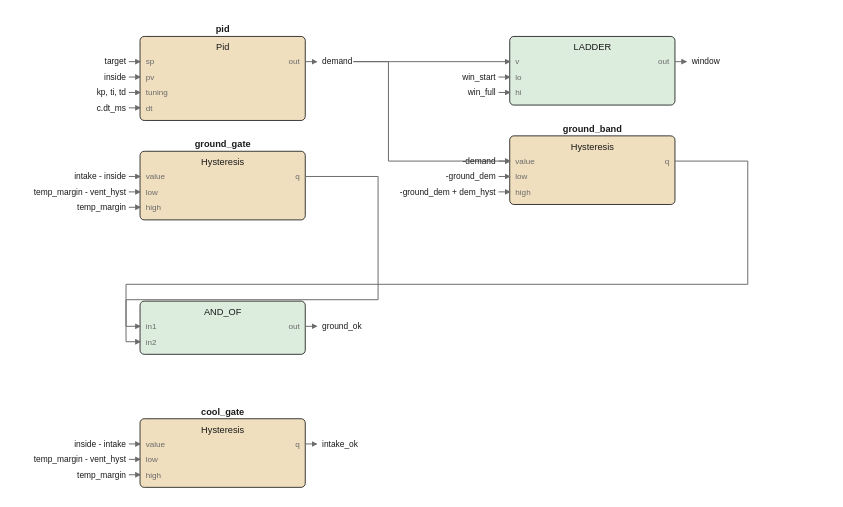
Above: images/logic/cooling_fbd.drawio.svg in pstch/botanik2 (draw.io), before the change. Source tidied: cells renumbered, new cells last; positions are measured from the earlier drawing's top-left corner, leaving out a move shared by most shapes.
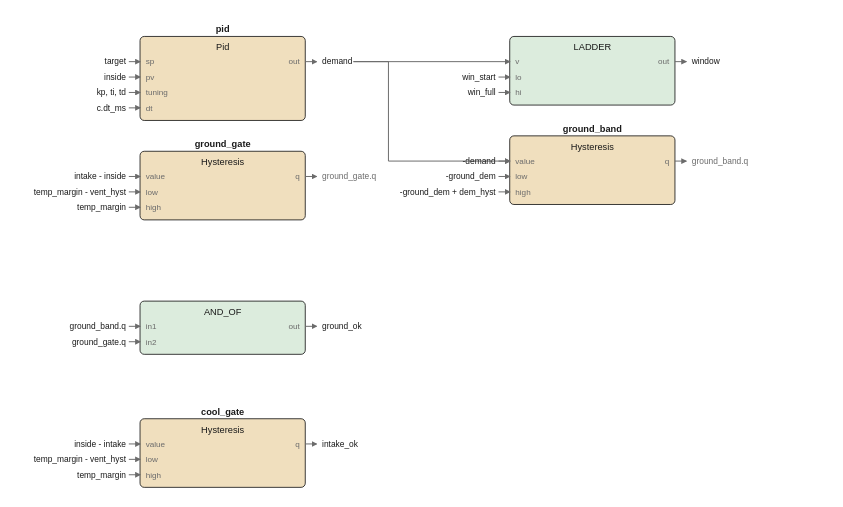
The same diagram one commit later.

Change to the diagram source:
```diff
@@ -160,178 +160,190 @@
     </mxCell>
     <mxCell id="50" style="edgeStyle=none;html=1;strokeColor=#6b6b6b;endArrow=block;" parent="1" edge="1">
       <mxGeometry relative="1" as="geometry">
-        <mxPoint x="162.4" y="28" as="sourcePoint" />
-        <mxPoint x="274" y="28" as="targetPoint" />
+        <mxPoint x="392" y="99" as="sourcePoint" />
+        <mxPoint x="400" y="99" as="targetPoint" />
       </mxGeometry>
     </mxCell>
-    <mxCell id="51" style="edgeStyle=none;html=1;strokeColor=#6b6b6b;endArrow=block;" parent="1" edge="1">
-      <mxGeometry relative="1" as="geometry">
-        <mxPoint x="162.4" y="28" as="sourcePoint" />
-        <mxPoint x="274" y="99" as="targetPoint" />
-        <Array as="points">
-          <mxPoint x="187.4" y="28" />
-          <mxPoint x="187.4" y="99" />
-        </Array>
-      </mxGeometry>
-    </mxCell>
+    <mxCell id="84" value="ground_band.q" style="text;html=1;fontSize=6;fontColor=#6b6b6b;align=left;" parent="1" vertex="1">
+      <mxGeometry x="404" y="95" width="65" height="10" as="geometry" />
+    </mxCell>
     <mxCell id="52" style="edgeStyle=none;html=1;strokeColor=#6b6b6b;endArrow=block;" parent="1" edge="1">
       <mxGeometry relative="1" as="geometry">
-        <mxPoint x="392" y="99" as="sourcePoint" />
-        <mxPoint x="10" y="217" as="targetPoint" />
-        <Array as="points">
-          <mxPoint x="444" y="99" />
-          <mxPoint x="444" y="187" />
-          <mxPoint y="187" />
-          <mxPoint y="217" />
-        </Array>
+        <mxPoint x="128" y="110" as="sourcePoint" />
+        <mxPoint x="136" y="110" as="targetPoint" />
       </mxGeometry>
     </mxCell>
-    <mxCell id="53" style="edgeStyle=none;html=1;strokeColor=#6b6b6b;endArrow=block;" parent="1" edge="1">
-      <mxGeometry relative="1" as="geometry">
-        <mxPoint x="128" y="110" as="sourcePoint" />
-        <mxPoint x="10" y="228" as="targetPoint" />
-        <Array as="points">
-          <mxPoint x="180" y="110" />
-          <mxPoint x="180" y="198" />
-          <mxPoint y="198" />
-          <mxPoint y="228" />
-        </Array>
-      </mxGeometry>
-    </mxCell>
-    <mxCell id="54" value="target" style="text;html=1;fontSize=6;fontColor=#1a1a1a;align=left;" parent="1" vertex="1">
-      <mxGeometry y="24" width="40" height="10" as="geometry" />
-    </mxCell>
+    <mxCell id="85" value="ground_gate.q" style="text;html=1;fontSize=6;fontColor=#6b6b6b;align=left;" parent="1" vertex="1">
+      <mxGeometry x="140" y="106" width="65" height="10" as="geometry" />
+    </mxCell>
+    <mxCell id="86" style="edgeStyle=none;html=1;strokeColor=#6b6b6b;endArrow=block;" parent="1" edge="1">
+      <mxGeometry relative="1" as="geometry">
+        <mxPoint x="162.4" y="28" as="sourcePoint" />
+        <mxPoint x="274" y="28" as="targetPoint" />
+      </mxGeometry>
+    </mxCell>
     <mxCell id="55" style="edgeStyle=none;html=1;strokeColor=#6b6b6b;endArrow=block;" parent="1" edge="1">
       <mxGeometry relative="1" as="geometry">
-        <mxPoint x="2" y="28" as="sourcePoint" />
-        <mxPoint x="10" y="28" as="targetPoint" />
+        <mxPoint x="162.4" y="28" as="sourcePoint" />
+        <mxPoint x="274" y="99" as="targetPoint" />
+        <Array as="points">
+          <mxPoint x="187.4" y="28" />
+          <mxPoint x="187.4" y="99" />
+        </Array>
       </mxGeometry>
     </mxCell>
-    <mxCell id="56" value="inside" style="text;html=1;fontSize=6;fontColor=#1a1a1a;align=left;" parent="1" vertex="1">
-      <mxGeometry y="35" width="40" height="10" as="geometry" />
+    <mxCell id="56" value="target" style="text;html=1;fontSize=6;fontColor=#1a1a1a;align=left;" parent="1" vertex="1">
+      <mxGeometry y="24" width="40" height="10" as="geometry" />
     </mxCell>
     <mxCell id="57" style="edgeStyle=none;html=1;strokeColor=#6b6b6b;endArrow=block;" parent="1" edge="1">
       <mxGeometry relative="1" as="geometry">
-        <mxPoint x="2" y="39" as="sourcePoint" />
-        <mxPoint x="10" y="39" as="targetPoint" />
+        <mxPoint x="2" y="28" as="sourcePoint" />
+        <mxPoint x="10" y="28" as="targetPoint" />
       </mxGeometry>
     </mxCell>
-    <mxCell id="58" value="kp, ti, td" style="text;html=1;fontSize=6;fontColor=#1a1a1a;align=left;" parent="1" vertex="1">
-      <mxGeometry y="46" width="50" height="10" as="geometry" />
+    <mxCell id="58" value="inside" style="text;html=1;fontSize=6;fontColor=#1a1a1a;align=left;" parent="1" vertex="1">
+      <mxGeometry y="35" width="40" height="10" as="geometry" />
     </mxCell>
     <mxCell id="59" style="edgeStyle=none;html=1;strokeColor=#6b6b6b;endArrow=block;" parent="1" edge="1">
       <mxGeometry relative="1" as="geometry">
-        <mxPoint x="2" y="50" as="sourcePoint" />
-        <mxPoint x="10" y="50" as="targetPoint" />
+        <mxPoint x="2" y="39" as="sourcePoint" />
+        <mxPoint x="10" y="39" as="targetPoint" />
       </mxGeometry>
     </mxCell>
-    <mxCell id="60" value="c.dt_ms" style="text;html=1;fontSize=6;fontColor=#1a1a1a;align=left;" parent="1" vertex="1">
-      <mxGeometry y="57" width="40" height="10" as="geometry" />
+    <mxCell id="60" value="kp, ti, td" style="text;html=1;fontSize=6;fontColor=#1a1a1a;align=left;" parent="1" vertex="1">
+      <mxGeometry y="46" width="50" height="10" as="geometry" />
     </mxCell>
     <mxCell id="61" style="edgeStyle=none;html=1;strokeColor=#6b6b6b;endArrow=block;" parent="1" edge="1">
       <mxGeometry relative="1" as="geometry">
-        <mxPoint x="2" y="61" as="sourcePoint" />
-        <mxPoint x="10" y="61" as="targetPoint" />
+        <mxPoint x="2" y="50" as="sourcePoint" />
+        <mxPoint x="10" y="50" as="targetPoint" />
       </mxGeometry>
     </mxCell>
-    <mxCell id="62" value="win_start" style="text;html=1;fontSize=6;fontColor=#1a1a1a;align=left;" parent="1" vertex="1">
-      <mxGeometry x="264" y="35" width="45" height="10" as="geometry" />
+    <mxCell id="62" value="c.dt_ms" style="text;html=1;fontSize=6;fontColor=#1a1a1a;align=left;" parent="1" vertex="1">
+      <mxGeometry y="57" width="40" height="10" as="geometry" />
     </mxCell>
     <mxCell id="63" style="edgeStyle=none;html=1;strokeColor=#6b6b6b;endArrow=block;" parent="1" edge="1">
       <mxGeometry relative="1" as="geometry">
-        <mxPoint x="266" y="39" as="sourcePoint" />
-        <mxPoint x="274" y="39" as="targetPoint" />
+        <mxPoint x="2" y="61" as="sourcePoint" />
+        <mxPoint x="10" y="61" as="targetPoint" />
       </mxGeometry>
     </mxCell>
-    <mxCell id="64" value="win_full" style="text;html=1;fontSize=6;fontColor=#1a1a1a;align=left;" parent="1" vertex="1">
-      <mxGeometry x="264" y="46" width="40" height="10" as="geometry" />
+    <mxCell id="64" value="win_start" style="text;html=1;fontSize=6;fontColor=#1a1a1a;align=left;" parent="1" vertex="1">
+      <mxGeometry x="264" y="35" width="45" height="10" as="geometry" />
     </mxCell>
     <mxCell id="65" style="edgeStyle=none;html=1;strokeColor=#6b6b6b;endArrow=block;" parent="1" edge="1">
       <mxGeometry relative="1" as="geometry">
-        <mxPoint x="266" y="50" as="sourcePoint" />
-        <mxPoint x="274" y="50" as="targetPoint" />
+        <mxPoint x="266" y="39" as="sourcePoint" />
+        <mxPoint x="274" y="39" as="targetPoint" />
       </mxGeometry>
     </mxCell>
-    <mxCell id="66" value="inside - intake" style="text;html=1;fontSize=6;fontColor=#1a1a1a;align=left;" parent="1" vertex="1">
-      <mxGeometry y="297" width="75" height="10" as="geometry" />
+    <mxCell id="66" value="win_full" style="text;html=1;fontSize=6;fontColor=#1a1a1a;align=left;" parent="1" vertex="1">
+      <mxGeometry x="264" y="46" width="40" height="10" as="geometry" />
     </mxCell>
     <mxCell id="67" style="edgeStyle=none;html=1;strokeColor=#6b6b6b;endArrow=block;" parent="1" edge="1">
       <mxGeometry relative="1" as="geometry">
-        <mxPoint x="2" y="301" as="sourcePoint" />
-        <mxPoint x="10" y="301" as="targetPoint" />
+        <mxPoint x="266" y="50" as="sourcePoint" />
+        <mxPoint x="274" y="50" as="targetPoint" />
       </mxGeometry>
     </mxCell>
-    <mxCell id="68" value="temp_margin - vent_hyst" style="text;html=1;fontSize=6;fontColor=#1a1a1a;align=left;" parent="1" vertex="1">
-      <mxGeometry y="308" width="115" height="10" as="geometry" />
+    <mxCell id="68" value="inside - intake" style="text;html=1;fontSize=6;fontColor=#1a1a1a;align=left;" parent="1" vertex="1">
+      <mxGeometry y="297" width="75" height="10" as="geometry" />
     </mxCell>
     <mxCell id="69" style="edgeStyle=none;html=1;strokeColor=#6b6b6b;endArrow=block;" parent="1" edge="1">
       <mxGeometry relative="1" as="geometry">
-        <mxPoint x="2" y="312" as="sourcePoint" />
-        <mxPoint x="10" y="312" as="targetPoint" />
+        <mxPoint x="2" y="301" as="sourcePoint" />
+        <mxPoint x="10" y="301" as="targetPoint" />
       </mxGeometry>
     </mxCell>
-    <mxCell id="70" value="temp_margin" style="text;html=1;fontSize=6;fontColor=#1a1a1a;align=left;" parent="1" vertex="1">
-      <mxGeometry y="319" width="55" height="10" as="geometry" />
+    <mxCell id="70" value="temp_margin - vent_hyst" style="text;html=1;fontSize=6;fontColor=#1a1a1a;align=left;" parent="1" vertex="1">
+      <mxGeometry y="308" width="115" height="10" as="geometry" />
     </mxCell>
     <mxCell id="71" style="edgeStyle=none;html=1;strokeColor=#6b6b6b;endArrow=block;" parent="1" edge="1">
       <mxGeometry relative="1" as="geometry">
-        <mxPoint x="2" y="323" as="sourcePoint" />
-        <mxPoint x="10" y="323" as="targetPoint" />
+        <mxPoint x="2" y="312" as="sourcePoint" />
+        <mxPoint x="10" y="312" as="targetPoint" />
       </mxGeometry>
     </mxCell>
-    <mxCell id="72" value="-demand" style="text;html=1;fontSize=6;fontColor=#1a1a1a;align=left;" parent="1" vertex="1">
-      <mxGeometry x="264" y="95" width="40" height="10" as="geometry" />
+    <mxCell id="72" value="temp_margin" style="text;html=1;fontSize=6;fontColor=#1a1a1a;align=left;" parent="1" vertex="1">
+      <mxGeometry y="319" width="55" height="10" as="geometry" />
     </mxCell>
     <mxCell id="73" style="edgeStyle=none;html=1;strokeColor=#6b6b6b;endArrow=block;" parent="1" edge="1">
       <mxGeometry relative="1" as="geometry">
-        <mxPoint x="266" y="99" as="sourcePoint" />
-        <mxPoint x="274" y="99" as="targetPoint" />
+        <mxPoint x="2" y="323" as="sourcePoint" />
+        <mxPoint x="10" y="323" as="targetPoint" />
       </mxGeometry>
     </mxCell>
-    <mxCell id="74" value="-ground_dem" style="text;html=1;fontSize=6;fontColor=#1a1a1a;align=left;" parent="1" vertex="1">
-      <mxGeometry x="264" y="106" width="55" height="10" as="geometry" />
+    <mxCell id="74" value="-demand" style="text;html=1;fontSize=6;fontColor=#1a1a1a;align=left;" parent="1" vertex="1">
+      <mxGeometry x="264" y="95" width="40" height="10" as="geometry" />
     </mxCell>
     <mxCell id="75" style="edgeStyle=none;html=1;strokeColor=#6b6b6b;endArrow=block;" parent="1" edge="1">
       <mxGeometry relative="1" as="geometry">
-        <mxPoint x="266" y="110" as="sourcePoint" />
-        <mxPoint x="274" y="110" as="targetPoint" />
+        <mxPoint x="266" y="99" as="sourcePoint" />
+        <mxPoint x="274" y="99" as="targetPoint" />
       </mxGeometry>
     </mxCell>
-    <mxCell id="76" value="-ground_dem + dem_hyst" style="text;html=1;fontSize=6;fontColor=#1a1a1a;align=left;" parent="1" vertex="1">
-      <mxGeometry x="264" y="117" width="110" height="10" as="geometry" />
+    <mxCell id="76" value="-ground_dem" style="text;html=1;fontSize=6;fontColor=#1a1a1a;align=left;" parent="1" vertex="1">
+      <mxGeometry x="264" y="106" width="55" height="10" as="geometry" />
     </mxCell>
     <mxCell id="77" style="edgeStyle=none;html=1;strokeColor=#6b6b6b;endArrow=block;" parent="1" edge="1">
       <mxGeometry relative="1" as="geometry">
-        <mxPoint x="266" y="121" as="sourcePoint" />
-        <mxPoint x="274" y="121" as="targetPoint" />
+        <mxPoint x="266" y="110" as="sourcePoint" />
+        <mxPoint x="274" y="110" as="targetPoint" />
       </mxGeometry>
     </mxCell>
-    <mxCell id="78" value="intake - inside" style="text;html=1;fontSize=6;fontColor=#1a1a1a;align=left;" parent="1" vertex="1">
-      <mxGeometry y="106" width="75" height="10" as="geometry" />
+    <mxCell id="78" value="-ground_dem + dem_hyst" style="text;html=1;fontSize=6;fontColor=#1a1a1a;align=left;" parent="1" vertex="1">
+      <mxGeometry x="264" y="117" width="110" height="10" as="geometry" />
     </mxCell>
     <mxCell id="79" style="edgeStyle=none;html=1;strokeColor=#6b6b6b;endArrow=block;" parent="1" edge="1">
       <mxGeometry relative="1" as="geometry">
-        <mxPoint x="2" y="110" as="sourcePoint" />
-        <mxPoint x="10" y="110" as="targetPoint" />
+        <mxPoint x="266" y="121" as="sourcePoint" />
+        <mxPoint x="274" y="121" as="targetPoint" />
       </mxGeometry>
     </mxCell>
-    <mxCell id="80" value="temp_margin - vent_hyst" style="text;html=1;fontSize=6;fontColor=#1a1a1a;align=left;" parent="1" vertex="1">
-      <mxGeometry y="117" width="115" height="10" as="geometry" />
+    <mxCell id="80" value="intake - inside" style="text;html=1;fontSize=6;fontColor=#1a1a1a;align=left;" parent="1" vertex="1">
+      <mxGeometry y="106" width="75" height="10" as="geometry" />
     </mxCell>
     <mxCell id="81" style="edgeStyle=none;html=1;strokeColor=#6b6b6b;endArrow=block;" parent="1" edge="1">
       <mxGeometry relative="1" as="geometry">
-        <mxPoint x="2" y="121" as="sourcePoint" />
-        <mxPoint x="10" y="121" as="targetPoint" />
+        <mxPoint x="2" y="110" as="sourcePoint" />
+        <mxPoint x="10" y="110" as="targetPoint" />
       </mxGeometry>
     </mxCell>
-    <mxCell id="82" value="temp_margin" style="text;html=1;fontSize=6;fontColor=#1a1a1a;align=left;" parent="1" vertex="1">
-      <mxGeometry y="128" width="55" height="10" as="geometry" />
+    <mxCell id="82" value="temp_margin - vent_hyst" style="text;html=1;fontSize=6;fontColor=#1a1a1a;align=left;" parent="1" vertex="1">
+      <mxGeometry y="117" width="115" height="10" as="geometry" />
     </mxCell>
     <mxCell id="83" style="edgeStyle=none;html=1;strokeColor=#6b6b6b;endArrow=block;" parent="1" edge="1">
       <mxGeometry relative="1" as="geometry">
-        <mxPoint x="2" y="132" as="sourcePoint" />
-        <mxPoint x="10" y="132" as="targetPoint" />
+        <mxPoint x="2" y="121" as="sourcePoint" />
+        <mxPoint x="10" y="121" as="targetPoint" />
       </mxGeometry>
     </mxCell>
+    <mxCell id="87" value="temp_margin" style="text;html=1;fontSize=6;fontColor=#1a1a1a;align=left;" parent="1" vertex="1">
+      <mxGeometry y="128" width="55" height="10" as="geometry" />
+    </mxCell>
+    <mxCell id="88" style="edgeStyle=none;html=1;strokeColor=#6b6b6b;endArrow=block;" parent="1" edge="1">
+      <mxGeometry relative="1" as="geometry">
+        <mxPoint x="2" y="132" as="sourcePoint" />
+        <mxPoint x="10" y="132" as="targetPoint" />
+      </mxGeometry>
+    </mxCell>
+    <mxCell id="89" value="ground_band.q" style="text;html=1;fontSize=6;fontColor=#1a1a1a;align=left;" parent="1" vertex="1">
+      <mxGeometry y="213" width="65" height="10" as="geometry" />
+    </mxCell>
+    <mxCell id="90" style="edgeStyle=none;html=1;strokeColor=#6b6b6b;endArrow=block;" parent="1" edge="1">
+      <mxGeometry relative="1" as="geometry">
+        <mxPoint x="2" y="217" as="sourcePoint" />
+        <mxPoint x="10" y="217" as="targetPoint" />
+      </mxGeometry>
+    </mxCell>
+    <mxCell id="91" value="ground_gate.q" style="text;html=1;fontSize=6;fontColor=#1a1a1a;align=left;" parent="1" vertex="1">
+      <mxGeometry y="224" width="65" height="10" as="geometry" />
+    </mxCell>
+    <mxCell id="92" style="edgeStyle=none;html=1;strokeColor=#6b6b6b;endArrow=block;" parent="1" edge="1">
+      <mxGeometry relative="1" as="geometry">
+        <mxPoint x="2" y="228" as="sourcePoint" />
+        <mxPoint x="10" y="228" as="targetPoint" />
+      </mxGeometry>
+    </mxCell>
   </root>
 </mxGraphModel>
```
